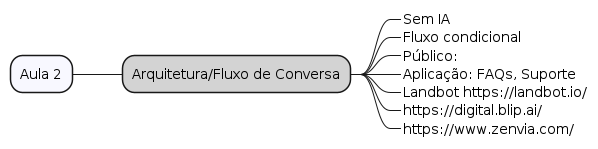
acnaweb/chatbot keeps this PlantUML diagram as assets/docs/src/aula2/aula2.png. Above is the earlier version.
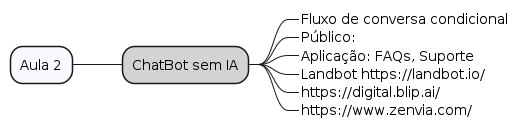
The same diagram one commit later.

Diff of the diagram source:
```diff
@@ -2,10 +2,9 @@
 
 *[#F8F8FF] Aula 2
 
-**[#LightGray] Arquitetura/Fluxo de Conversa
+**[#LightGray] ChatBot sem IA
 
-***_ Sem IA
-***_ Fluxo condicional
+***_ Fluxo de conversa condicional
 ***_ Público:
 ***_ Aplicação: FAQs, Suporte
 ***_ Landbot https://landbot.io/
@@ -14,5 +13,4 @@
 
 left side
 
-
 @endmindmap
```
